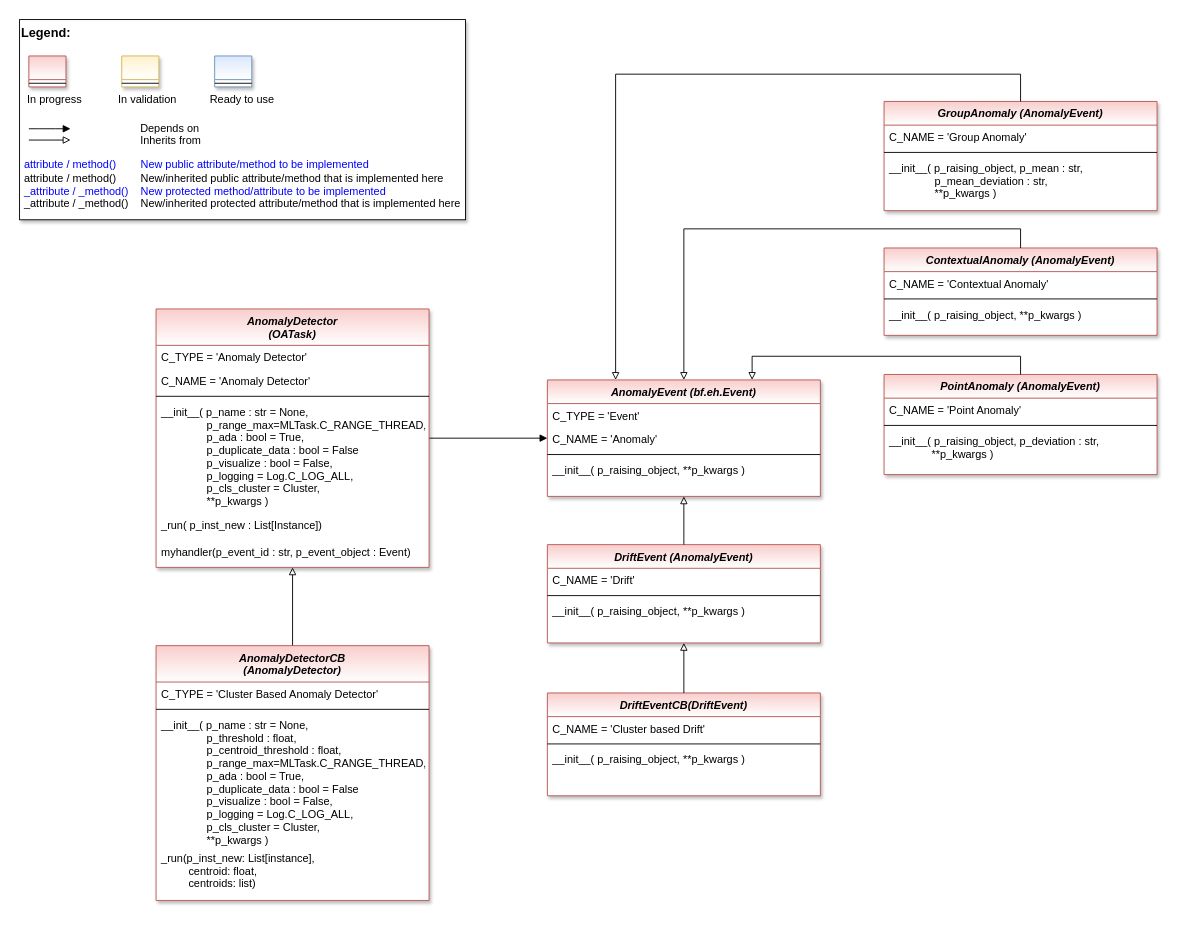
Earlier version of the draw.io diagram page "Page-1" (1 of 2) of doc/rtd/content/04_appendices/appendix2/sub/core/mlpro_oa/streams/tasks/images/MLPro-OA_Anomaly_Detectors_class_diagram.drawio (fhswf/MLPro). Source tidied: cells renumbered, new cells numbered last; positions are measured from the earlier drawing's top-left corner, leaving out a move shared by most shapes. Both pictures are drawn from the tidied source at 91%, with x=0, y=0 at pixel (19, 19).
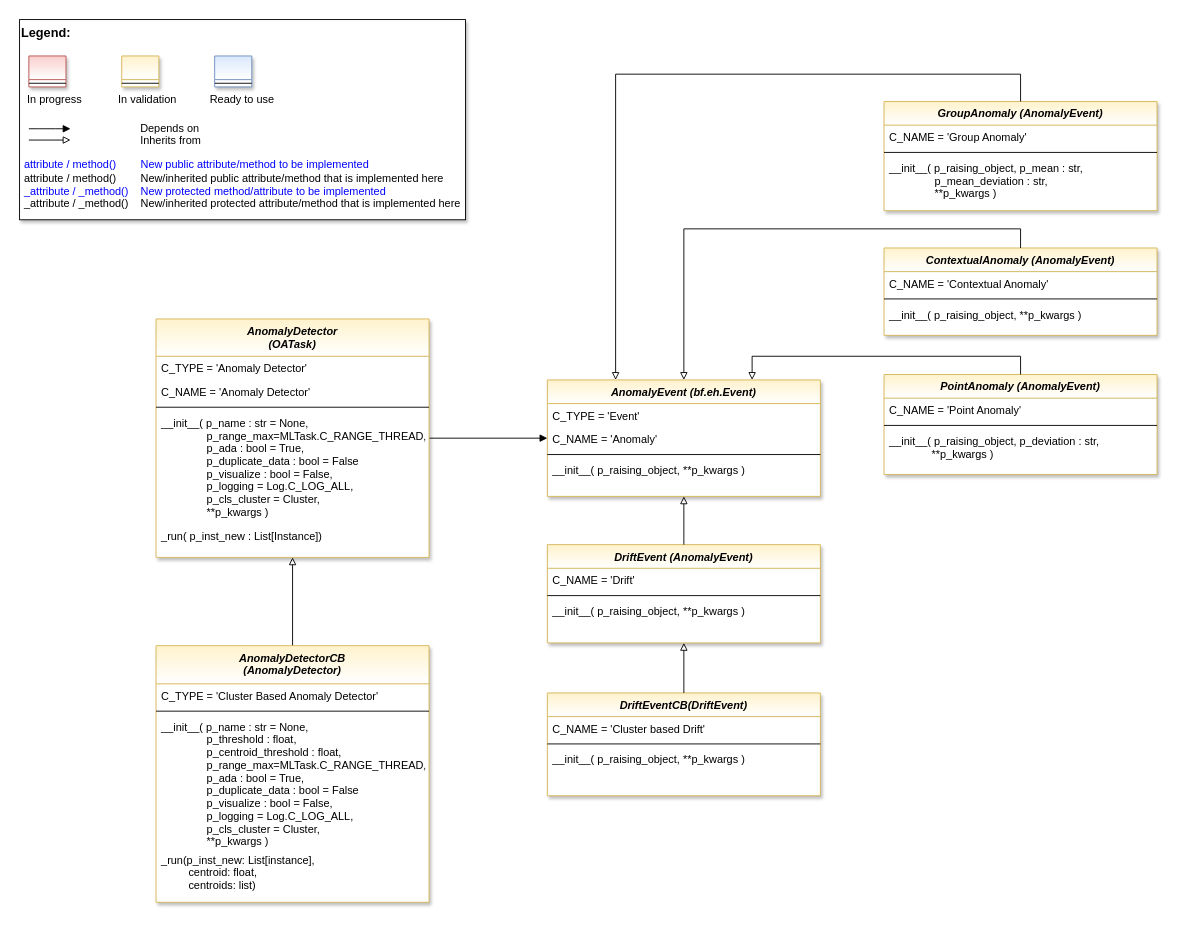
After the change.

Commit message (it also covers changes not shown here):
OA-Task: AnomalyDetector #520

The change refers to these unchanged cells:
```xml
<mxCell id="2" style="group;" parent="1" vertex="1">
  <mxGeometry width="490" height="220" as="geometry" />
</mxCell>
```

Diff of the diagram source:
```diff
@@
-    <mxCell id="3" value="&lt;font color=&quot;#000000&quot; size=&quot;1&quot;&gt;&lt;b style=&quot;font-size: 14px&quot;&gt;Legend:&lt;br&gt;&lt;/b&gt;&lt;/font&gt;&lt;br&gt;&lt;br&gt;&lt;br&gt;&lt;font color=&quot;#0000ff&quot; style=&quot;font-size: 6px&quot;&gt;&lt;br&gt;&lt;/font&gt;&lt;span style=&quot;color: rgb(0 , 0 , 0)&quot;&gt;&lt;font style=&quot;font-size: 4px&quot;&gt;&amp;nbsp; &amp;nbsp;&lt;/font&gt;&amp;nbsp;In progress&amp;nbsp; &amp;nbsp; &amp;nbsp; &amp;nbsp; &amp;nbsp; &amp;nbsp; In validation&amp;nbsp; &amp;nbsp; &amp;nbsp; &amp;nbsp; &amp;nbsp; &amp;nbsp;Ready to use&lt;/span&gt;&lt;font color=&quot;#000000&quot;&gt;&amp;nbsp;&lt;br&gt;&lt;/font&gt;&lt;font color=&quot;#0000ff&quot;&gt;&lt;br&gt;&lt;br&gt;&lt;br&gt;&lt;br&gt;&amp;nbsp;attribute / method()&amp;nbsp; &amp;nbsp; &amp;nbsp; &amp;nbsp; New public attribute/method to be implemented&lt;/font&gt;&lt;br&gt;&lt;font color=&quot;#000000&quot;&gt;&amp;nbsp;&lt;/font&gt;&lt;font color=&quot;#000000&quot;&gt;attribute / method()&lt;span&gt;&#9;&lt;/span&gt;&amp;nbsp; &amp;nbsp; &amp;nbsp; &amp;nbsp;New/inherited public attribute/method that is implemented here&lt;br&gt;&lt;/font&gt;&lt;font color=&quot;#0000ff&quot;&gt;&amp;nbsp;_attribute /&amp;nbsp;&lt;/font&gt;&lt;font color=&quot;#0000ff&quot;&gt;_method()&amp;nbsp; &amp;nbsp; New protected method/attribute to be implemented&lt;/font&gt;&lt;br&gt;&lt;font color=&quot;#000000&quot;&gt;&amp;nbsp;_attribute / _method()&amp;nbsp; &amp;nbsp; New/inherited protected attribute/method that is implemented here&lt;br&gt;&lt;/font&gt;&lt;font color=&quot;#000000&quot;&gt;&lt;br&gt;&lt;br&gt;&lt;br&gt;&lt;br&gt;&lt;br&gt;&lt;/font&gt;" style="text;html=1;align=left;verticalAlign=top;whiteSpace=wrap;rounded=0;fontColor=#006600;strokeColor=#000000;shadow=1;fillColor=#ffffff;" parent="2" vertex="1">
+    <mxCell id="3" value="&lt;font color=&quot;#000000&quot; size=&quot;1&quot;&gt;&lt;b style=&quot;font-size: 14px&quot;&gt;Legend:&lt;br&gt;&lt;/b&gt;&lt;/font&gt;&lt;br&gt;&lt;br&gt;&lt;br&gt;&lt;font color=&quot;#0000ff&quot; style=&quot;font-size: 6px&quot;&gt;&lt;br&gt;&lt;/font&gt;&lt;span style=&quot;color: rgb(0 , 0 , 0)&quot;&gt;&lt;font style=&quot;font-size: 4px&quot;&gt;&amp;nbsp; &amp;nbsp;&lt;/font&gt;&amp;nbsp;In progress&amp;nbsp; &amp;nbsp; &amp;nbsp; &amp;nbsp; &amp;nbsp; &amp;nbsp; In validation&amp;nbsp; &amp;nbsp; &amp;nbsp; &amp;nbsp; &amp;nbsp; &amp;nbsp;Ready to use&lt;/span&gt;&lt;font color=&quot;#000000&quot;&gt;&amp;nbsp;&lt;br&gt;&lt;/font&gt;&lt;font color=&quot;#0000ff&quot;&gt;&lt;br&gt;&lt;br&gt;&lt;br&gt;&lt;br&gt;&amp;nbsp;attribute / method()&amp;nbsp; &amp;nbsp; &amp;nbsp; &amp;nbsp; New public attribute/method to be implemented&lt;/font&gt;&lt;br&gt;&lt;font color=&quot;#000000&quot;&gt;&amp;nbsp;&lt;/font&gt;&lt;font color=&quot;#000000&quot;&gt;attribute / method()&lt;span&gt; &lt;/span&gt;&amp;nbsp; &amp;nbsp; &amp;nbsp; &amp;nbsp;New/inherited public attribute/method that is implemented here&lt;br&gt;&lt;/font&gt;&lt;font color=&quot;#0000ff&quot;&gt;&amp;nbsp;_attribute /&amp;nbsp;&lt;/font&gt;&lt;font color=&quot;#0000ff&quot;&gt;_method()&amp;nbsp; &amp;nbsp; New protected method/attribute to be implemented&lt;/font&gt;&lt;br&gt;&lt;font color=&quot;#000000&quot;&gt;&amp;nbsp;_attribute / _method()&amp;nbsp; &amp;nbsp; New/inherited protected attribute/method that is implemented here&lt;br&gt;&lt;/font&gt;&lt;font color=&quot;#000000&quot;&gt;&lt;br&gt;&lt;br&gt;&lt;br&gt;&lt;br&gt;&lt;br&gt;&lt;/font&gt;" style="text;html=1;align=left;verticalAlign=top;whiteSpace=wrap;rounded=0;fontColor=#006600;strokeColor=#000000;shadow=1;fillColor=#ffffff;" parent="2" vertex="1">
       <mxGeometry width="490" height="220" as="geometry" />
     </mxCell>
@@
-    <mxCell id="13" value="AnomalyDetector&#10;(OATask)" style="swimlane;fontStyle=3;align=center;verticalAlign=top;horizontal=1;startSize=40;rounded=0;shadow=1;strokeWidth=1;fillColor=#f8cecc;strokeColor=#b85450;swimlaneFillColor=#ffffff;gradientColor=#ffffff;" parent="1" vertex="1">
-      <mxGeometry x="150" y="318" width="300" height="284" as="geometry" />
+    <mxCell id="13" value="AnomalyDetector&#10;(OATask)" style="swimlane;fontStyle=3;align=center;verticalAlign=top;horizontal=1;startSize=41;rounded=0;shadow=1;strokeWidth=1;fillColor=#fff2cc;strokeColor=#d6b656;swimlaneFillColor=#ffffff;gradientColor=#ffffff;" parent="1" vertex="1">
+      <mxGeometry x="150" y="329" width="300" height="262" as="geometry" />
     </mxCell>
     <mxCell id="14" value="C_TYPE = 'Anomaly Detector'" style="text;align=left;verticalAlign=top;spacingLeft=4;spacingRight=4;overflow=hidden;fontColor=default;" parent="13" vertex="1">
-      <mxGeometry y="40" width="300" height="26" as="geometry" />
+      <mxGeometry y="41" width="300" height="26" as="geometry" />
     </mxCell>
     <mxCell id="15" value="C_NAME = 'Anomaly Detector'" style="text;align=left;verticalAlign=top;spacingLeft=4;spacingRight=4;overflow=hidden;fontColor=default;" parent="13" vertex="1">
-      <mxGeometry y="66" width="300" height="26" as="geometry" />
+      <mxGeometry y="67" width="300" height="26" as="geometry" />
     </mxCell>
     <mxCell id="16" style="line;html=1;strokeWidth=1;align=left;verticalAlign=middle;spacingTop=-1;spacingLeft=3;spacingRight=3;labelPosition=right;" parent="13" vertex="1">
-      <mxGeometry y="92" width="300" height="8" as="geometry" />
+      <mxGeometry y="93" width="300" height="8" as="geometry" />
     </mxCell>
     <mxCell id="17" value="__init__( p_name : str = None,&#10;               p_range_max=MLTask.C_RANGE_THREAD,&#10;               p_ada : bool = True,&#10;               p_duplicate_data : bool = False&#10;               p_visualize : bool = False,&#10;               p_logging = Log.C_LOG_ALL,&#10;               p_cls_cluster = Cluster,&#10;               **p_kwargs )" style="text;align=left;verticalAlign=top;spacingLeft=4;spacingRight=4;overflow=hidden;fontColor=default;" parent="13" vertex="1">
-      <mxGeometry y="100" width="300" height="124" as="geometry" />
+      <mxGeometry y="101" width="300" height="124" as="geometry" />
     </mxCell>
     <mxCell id="18" value="_run( p_inst_new : List[Instance])" style="text;align=left;verticalAlign=top;spacingLeft=4;spacingRight=4;overflow=hidden;shadow=1;" parent="13" vertex="1">
-      <mxGeometry y="224" width="300" height="30" as="geometry" />
+      <mxGeometry y="225" width="300" height="30" as="geometry" />
     </mxCell>
-    <mxCell id="19" value="myhandler(p_event_id : str, p_event_object : Event)" style="text;align=left;verticalAlign=top;spacingLeft=4;spacingRight=4;overflow=hidden;shadow=1;" parent="13" vertex="1">
-      <mxGeometry y="254" width="300" height="30" as="geometry" />
-    </mxCell>
-    <mxCell id="20" value="AnomalyEvent (bf.eh.Event)" style="swimlane;fontStyle=3;align=center;verticalAlign=top;horizontal=1;startSize=26;rounded=0;shadow=1;strokeWidth=1;fillColor=#f8cecc;strokeColor=#b85450;swimlaneFillColor=#ffffff;gradientColor=#ffffff;" parent="1" vertex="1">
+    <mxCell id="20" value="AnomalyEvent (bf.eh.Event)" style="swimlane;fontStyle=3;align=center;verticalAlign=top;horizontal=1;startSize=26;rounded=0;shadow=1;strokeWidth=1;fillColor=#fff2cc;strokeColor=#d6b656;swimlaneFillColor=#ffffff;gradientColor=#ffffff;" parent="1" vertex="1">
       <mxGeometry x="580" y="396" width="300" height="128" as="geometry" />
     </mxCell>
@@
-    <mxCell id="26" value="AnomalyDetectorCB &#10;(AnomalyDetector)" style="swimlane;fontStyle=3;align=center;verticalAlign=top;horizontal=1;startSize=40;rounded=0;shadow=1;strokeWidth=1;fillColor=#f8cecc;strokeColor=#b85450;swimlaneFillColor=#ffffff;gradientColor=#ffffff;" parent="1" vertex="1">
-      <mxGeometry x="150" y="688" width="300" height="280" as="geometry" />
+    <mxCell id="26" value="AnomalyDetectorCB &#10;(AnomalyDetector)" style="swimlane;fontStyle=3;align=center;verticalAlign=top;horizontal=1;startSize=42;rounded=0;shadow=1;strokeWidth=1;fillColor=#fff2cc;strokeColor=#d6b656;swimlaneFillColor=#ffffff;gradientColor=#ffffff;" parent="1" vertex="1">
+      <mxGeometry x="150" y="688" width="300" height="282" as="geometry" />
     </mxCell>
     <mxCell id="27" value="C_TYPE = 'Cluster Based Anomaly Detector'" style="text;align=left;verticalAlign=top;spacingLeft=4;spacingRight=4;overflow=hidden;fontColor=default;" parent="26" vertex="1">
-      <mxGeometry y="40" width="300" height="26" as="geometry" />
+      <mxGeometry y="42" width="300" height="26" as="geometry" />
     </mxCell>
     <mxCell id="28" style="line;html=1;strokeWidth=1;align=left;verticalAlign=middle;spacingTop=-1;spacingLeft=3;spacingRight=3;labelPosition=right;" parent="26" vertex="1">
-      <mxGeometry y="66" width="300" height="8" as="geometry" />
+      <mxGeometry y="68" width="300" height="8" as="geometry" />
     </mxCell>
     <mxCell id="29" value="__init__( p_name : str = None,&#10;               p_threshold : float,&#10;               p_centroid_threshold : float,&#10;               p_range_max=MLTask.C_RANGE_THREAD,&#10;               p_ada : bool = True,&#10;               p_duplicate_data : bool = False&#10;               p_visualize : bool = False,&#10;               p_logging = Log.C_LOG_ALL,&#10;               p_cls_cluster = Cluster,&#10;               **p_kwargs )" style="text;align=left;verticalAlign=top;spacingLeft=4;spacingRight=4;overflow=hidden;fontColor=default;" parent="26" vertex="1">
-      <mxGeometry y="74" width="300" height="146" as="geometry" />
+      <mxGeometry y="76" width="300" height="146" as="geometry" />
     </mxCell>
     <mxCell id="30" value="_run(p_inst_new: List[instance],&#10;         centroid: float,&#10;         centroids: list)" style="text;align=left;verticalAlign=top;spacingLeft=4;spacingRight=4;overflow=hidden;shadow=1;" parent="26" vertex="1">
-      <mxGeometry y="220" width="300" height="60" as="geometry" />
+      <mxGeometry y="222" width="300" height="60" as="geometry" />
     </mxCell>
-    <mxCell id="31" value="PointAnomaly (AnomalyEvent)" style="swimlane;fontStyle=3;align=center;verticalAlign=top;horizontal=1;startSize=26;rounded=0;shadow=1;strokeWidth=1;fillColor=#f8cecc;strokeColor=#b85450;swimlaneFillColor=#ffffff;gradientColor=#ffffff;" parent="1" vertex="1">
+    <mxCell id="31" value="PointAnomaly (AnomalyEvent)" style="swimlane;fontStyle=3;align=center;verticalAlign=top;horizontal=1;startSize=26;rounded=0;shadow=1;strokeWidth=1;fillColor=#fff2cc;strokeColor=#d6b656;swimlaneFillColor=#ffffff;gradientColor=#ffffff;" parent="1" vertex="1">
       <mxGeometry x="950" y="390" width="300" height="110" as="geometry" />
     </mxCell>
@@
-    <mxCell id="35" value="DriftEvent (AnomalyEvent)" style="swimlane;fontStyle=3;align=center;verticalAlign=top;horizontal=1;startSize=26;rounded=0;shadow=1;strokeWidth=1;fillColor=#f8cecc;strokeColor=#b85450;swimlaneFillColor=#ffffff;gradientColor=#ffffff;" parent="1" vertex="1">
+    <mxCell id="35" value="DriftEvent (AnomalyEvent)" style="swimlane;fontStyle=3;align=center;verticalAlign=top;horizontal=1;startSize=26;rounded=0;shadow=1;strokeWidth=1;fillColor=#fff2cc;strokeColor=#d6b656;swimlaneFillColor=#ffffff;gradientColor=#ffffff;" parent="1" vertex="1">
       <mxGeometry x="580" y="577" width="300" height="108" as="geometry" />
     </mxCell>
@@
-    <mxCell id="40" value="DriftEventCB(DriftEvent)" style="swimlane;fontStyle=3;align=center;verticalAlign=top;horizontal=1;startSize=26;rounded=0;shadow=1;strokeWidth=1;fillColor=#f8cecc;strokeColor=#b85450;swimlaneFillColor=#ffffff;gradientColor=#ffffff;" parent="1" vertex="1">
+    <mxCell id="40" value="DriftEventCB(DriftEvent)" style="swimlane;fontStyle=3;align=center;verticalAlign=top;horizontal=1;startSize=26;rounded=0;shadow=1;strokeWidth=1;fillColor=#fff2cc;strokeColor=#d6b656;swimlaneFillColor=#ffffff;gradientColor=#ffffff;" parent="1" vertex="1">
       <mxGeometry x="580" y="740" width="300" height="113" as="geometry" />
     </mxCell>
@@
-    <mxCell id="44" value="GroupAnomaly (AnomalyEvent)" style="swimlane;fontStyle=3;align=center;verticalAlign=top;horizontal=1;startSize=26;rounded=0;shadow=1;strokeWidth=1;fillColor=#f8cecc;strokeColor=#b85450;swimlaneFillColor=#ffffff;gradientColor=#ffffff;" parent="1" vertex="1">
+    <mxCell id="44" value="GroupAnomaly (AnomalyEvent)" style="swimlane;fontStyle=3;align=center;verticalAlign=top;horizontal=1;startSize=26;rounded=0;shadow=1;strokeWidth=1;fillColor=#fff2cc;strokeColor=#d6b656;swimlaneFillColor=#ffffff;gradientColor=#ffffff;" parent="1" vertex="1">
       <mxGeometry x="950" y="90" width="300" height="120" as="geometry" />
     </mxCell>
@@
-    <mxCell id="48" value="ContextualAnomaly (AnomalyEvent)" style="swimlane;fontStyle=3;align=center;verticalAlign=top;horizontal=1;startSize=26;rounded=0;shadow=1;strokeWidth=1;fillColor=#f8cecc;strokeColor=#b85450;swimlaneFillColor=#ffffff;gradientColor=#ffffff;" parent="1" vertex="1">
+    <mxCell id="48" value="ContextualAnomaly (AnomalyEvent)" style="swimlane;fontStyle=3;align=center;verticalAlign=top;horizontal=1;startSize=26;rounded=0;shadow=1;strokeWidth=1;fillColor=#fff2cc;strokeColor=#d6b656;swimlaneFillColor=#ffffff;gradientColor=#ffffff;" parent="1" vertex="1">
       <mxGeometry x="950" y="251" width="300" height="96" as="geometry" />
     </mxCell>
```
